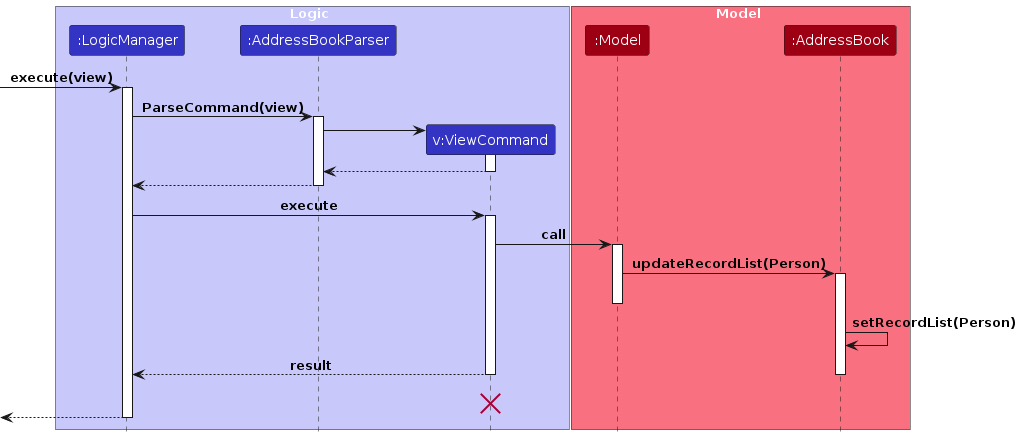
This is diagrams/ViewSequenceDiagram.png from hjoneweek/tp, a PlantUML export, as it was before one commit. Its source is kept beside it as diagrams/ViewSequenceDiagram.puml.
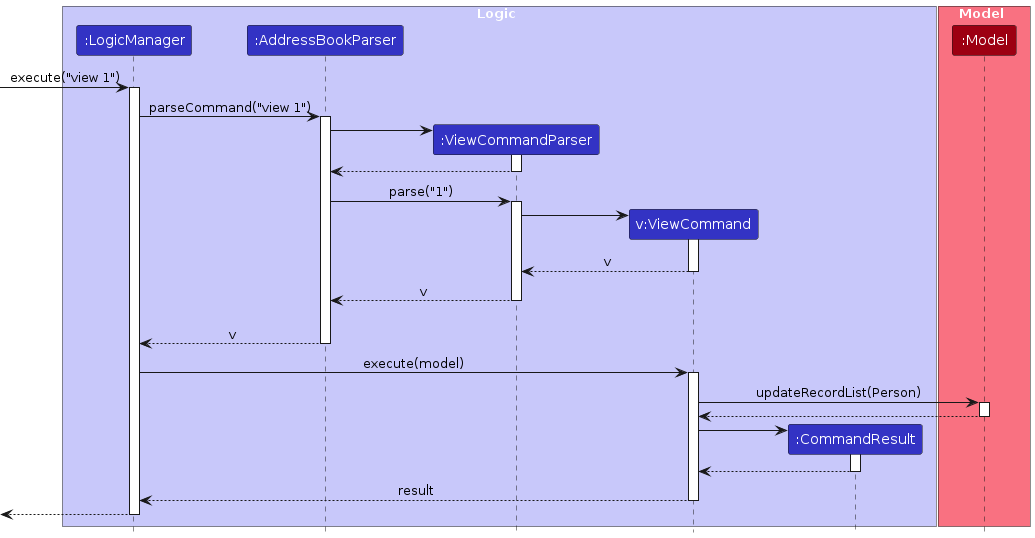
After the change.

Diff of the diagram source:
```diff
@@ -1,51 +1,69 @@
 @startuml
 !include style.puml
+skinparam ArrowFontStyle plain
 
 box Logic LOGIC_COLOR_T1
 participant ":LogicManager" as LogicManager LOGIC_COLOR
 participant ":AddressBookParser" as AddressBookParser LOGIC_COLOR
+participant ":ViewCommandParser" as ViewCommandParser LOGIC_COLOR
 participant "v:ViewCommand" as ViewCommand LOGIC_COLOR
+participant ":CommandResult" as CommandResult LOGIC_COLOR
 end box
 
 box Model MODEL_COLOR_T1
 participant ":Model" as Model MODEL_COLOR
-participant ":AddressBook" as AddressBook MODEL_COLOR
 end box
 
-[-> LogicManager : execute(view)
+[-> LogicManager : execute("view 1")
 activate LogicManager
 
-LogicManager -> AddressBookParser : ParseCommand(view)
+LogicManager -> AddressBookParser : parseCommand("view 1")
 activate AddressBookParser
 
-create ViewCommand
-AddressBookParser -> ViewCommand
+create ViewCommandParser
+AddressBookParser -> ViewCommandParser
+activate ViewCommandParser
+
+ViewCommandParser --> AddressBookParser
+deactivate ViewCommandParser
+
+AddressBookParser -> ViewCommandParser : parse("1")
+activate ViewCommandParser
+
+Create ViewCommand
+ViewCommandParser -> ViewCommand
 activate ViewCommand
 
-ViewCommand --> AddressBookParser
+ViewCommand --> ViewCommandParser : v
 deactivate ViewCommand
 
-AddressBookParser --> LogicManager
+ViewCommandParser --> AddressBookParser : v
+deactivate ViewCommandParser
+
+ViewCommandParser -[hidden]-> AddressBookParser
+deactivate ViewCommandParser
+
+AddressBookParser --> LogicManager : v
 deactivate AddressBookParser
 
-LogicManager -> ViewCommand : execute
+LogicManager -> ViewCommand : execute(model)
 activate ViewCommand
 
-ViewCommand -> Model : call
+ViewCommand -> Model : updateRecordList(Person)
 activate Model
 
-Model -> AddressBook : updateRecordList(Person)
-activate AddressBook
+Model --> ViewCommand
 deactivate Model
 
-AddressBook -> AddressBook : setRecordList(Person)
+create CommandResult
+ViewCommand -> CommandResult
+activate CommandResult
 
+CommandResult --> ViewCommand
+deactivate CommandResult
 
 ViewCommand --> LogicManager : result
-deactivate AddressBook
 deactivate ViewCommand
-ViewCommand -[hidden]-> LogicManager : result
-destroy ViewCommand
 
 [<-- LogicManager
 deactivate LogicManager
```
